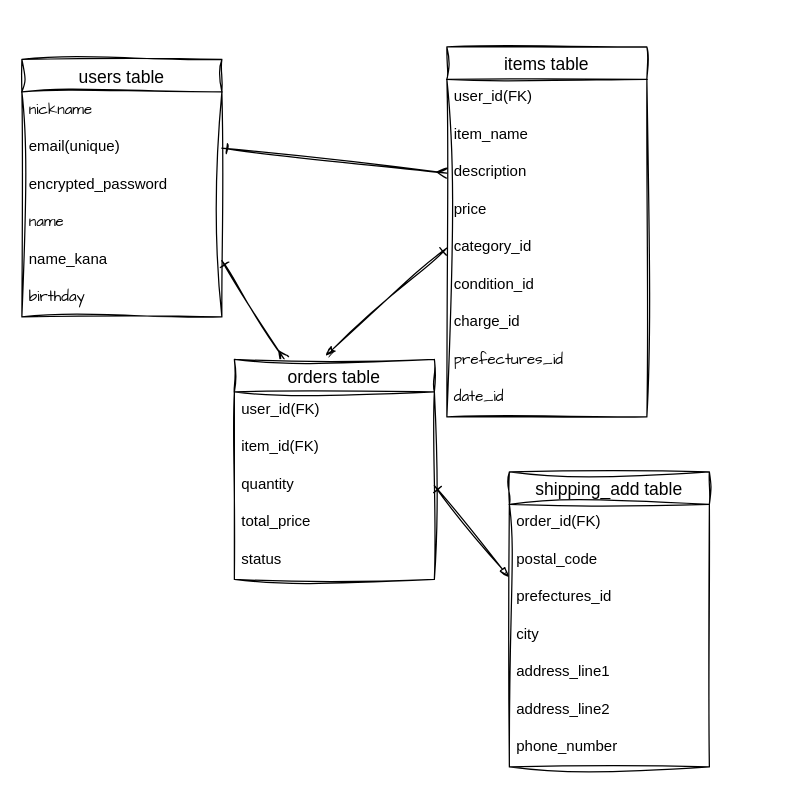
Before: databaseER.dio in daichi1997/furima-41353, a draw.io diagram. Source tidied: cells renumbered, new cells numbered last; positions are measured from the earlier drawing's top-left corner, leaving out a move shared by most shapes. Both pictures are drawn from the tidied source at 125%, with x=0, y=0 at pixel (21, 46).
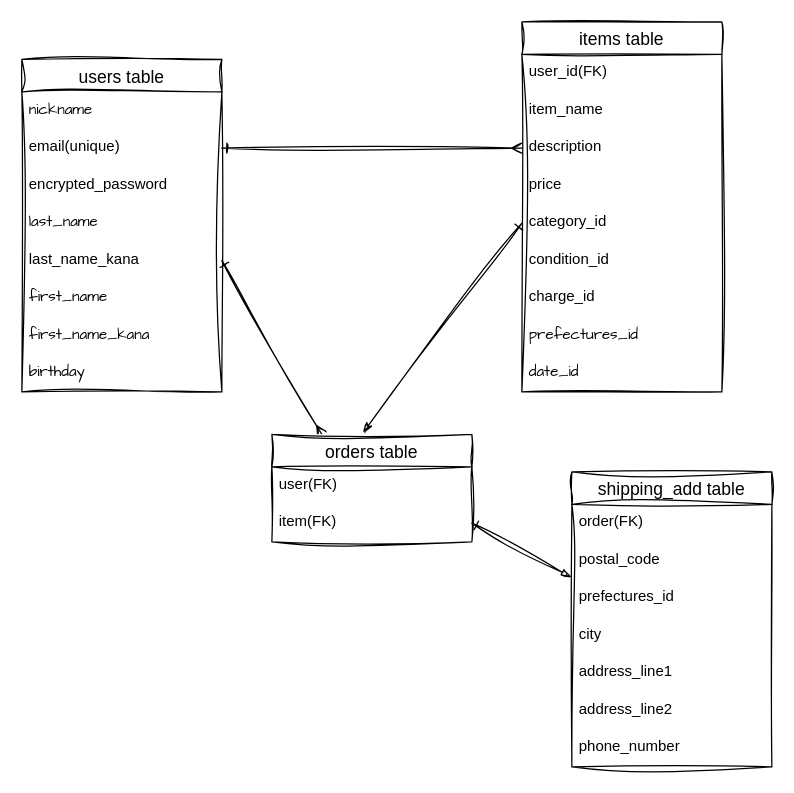
The same diagram, later.

Unchanged cells that the change refers to:
```xml
<mxCell id="5" value="prefectures_id" style="text;strokeColor=none;fillColor=none;spacingLeft=4;spacingRight=4;overflow=hidden;points=[[0,0.5],[1,0.5]];portConstraint=eastwest;fontSize=12;sketch=1;curveFitting=1;jiggle=2;" parent="2" vertex="1">
  <mxGeometry y="86" width="160" height="30" as="geometry" />
</mxCell>
```

The edit, as a diff of the source:
```diff
@@
     <mxCell id="2" value="shipping_add table" style="swimlane;fontStyle=0;horizontal=1;startSize=26;align=center;fontSize=14;sketch=1;curveFitting=1;jiggle=2;" parent="1" vertex="1">
-      <mxGeometry x="390" y="340" width="160" height="236" as="geometry" />
+      <mxGeometry x="440" y="340" width="160" height="236" as="geometry" />
     </mxCell>
-    <mxCell id="3" value="order_id(FK)" style="text;strokeColor=none;fillColor=none;spacingLeft=4;spacingRight=4;overflow=hidden;fontSize=12;sketch=1;curveFitting=1;jiggle=2;" parent="2" vertex="1">
+    <mxCell id="3" value="order(FK)" style="text;strokeColor=none;fillColor=none;spacingLeft=4;spacingRight=4;overflow=hidden;fontSize=12;sketch=1;curveFitting=1;jiggle=2;" parent="2" vertex="1">
       <mxGeometry y="26" width="160" height="30" as="geometry" />
     </mxCell>
@@
     <mxCell id="10" value="items table" style="swimlane;fontStyle=0;horizontal=1;startSize=26;align=center;fontSize=14;sketch=1;curveFitting=1;jiggle=2;" parent="1" vertex="1">
-      <mxGeometry x="340" width="160" height="296" as="geometry" />
+      <mxGeometry x="400" y="-20" width="160" height="296" as="geometry" />
     </mxCell>
@@
     <mxCell id="20" value="users table" style="swimlane;fontStyle=0;horizontal=1;startSize=26;align=center;fontSize=14;sketch=1;curveFitting=1;jiggle=2;" parent="1" vertex="1">
-      <mxGeometry y="10" width="160" height="206" as="geometry" />
+      <mxGeometry y="10" width="160" height="266" as="geometry" />
     </mxCell>
@@
-    <mxCell id="24" value="name" style="text;strokeColor=none;fillColor=none;spacingLeft=4;spacingRight=4;overflow=hidden;fontSize=12;sketch=1;hachureGap=4;jiggle=2;curveFitting=1;fontFamily=Architects Daughter;" parent="20" vertex="1">
+    <mxCell id="24" value="last_name" style="text;strokeColor=none;fillColor=none;spacingLeft=4;spacingRight=4;overflow=hidden;fontSize=12;sketch=1;hachureGap=4;jiggle=2;curveFitting=1;fontFamily=Architects Daughter;" parent="20" vertex="1">
       <mxGeometry y="116" width="160" height="30" as="geometry" />
     </mxCell>
-    <mxCell id="25" value="name_kana" style="text;strokeColor=none;fillColor=none;spacingLeft=4;spacingRight=4;overflow=hidden;points=[[0,0.5],[1,0.5]];portConstraint=eastwest;fontSize=12;sketch=1;curveFitting=1;jiggle=2;" parent="20" vertex="1">
+    <mxCell id="25" value="last_name_kana" style="text;strokeColor=none;fillColor=none;spacingLeft=4;spacingRight=4;overflow=hidden;points=[[0,0.5],[1,0.5]];portConstraint=eastwest;fontSize=12;sketch=1;curveFitting=1;jiggle=2;" parent="20" vertex="1">
       <mxGeometry y="146" width="160" height="30" as="geometry" />
     </mxCell>
+    <mxCell id="37" value="first_name" style="text;strokeColor=none;fillColor=none;spacingLeft=4;spacingRight=4;overflow=hidden;fontSize=12;sketch=1;hachureGap=4;jiggle=2;curveFitting=1;fontFamily=Architects Daughter;" parent="20" vertex="1">
+      <mxGeometry y="176" width="160" height="30" as="geometry" />
+    </mxCell>
+    <mxCell id="38" value="first_name_kana" style="text;strokeColor=none;fillColor=none;spacingLeft=4;spacingRight=4;overflow=hidden;fontSize=12;sketch=1;hachureGap=4;jiggle=2;curveFitting=1;fontFamily=Architects Daughter;" parent="20" vertex="1">
+      <mxGeometry y="206" width="160" height="30" as="geometry" />
+    </mxCell>
     <mxCell id="26" value="birthday" style="text;strokeColor=none;fillColor=none;spacingLeft=4;spacingRight=4;overflow=hidden;fontSize=12;sketch=1;hachureGap=4;jiggle=2;curveFitting=1;fontFamily=Architects Daughter;" parent="20" vertex="1">
-      <mxGeometry y="176" width="160" height="30" as="geometry" />
+      <mxGeometry y="236" width="160" height="30" as="geometry" />
     </mxCell>
@@
     <mxCell id="29" value="orders table" style="swimlane;fontStyle=0;horizontal=1;startSize=26;align=center;fontSize=14;sketch=1;curveFitting=1;jiggle=2;" parent="1" vertex="1">
-      <mxGeometry x="170" y="250" width="160" height="176" as="geometry" />
+      <mxGeometry x="200" y="310" width="160" height="86" as="geometry" />
     </mxCell>
-    <mxCell id="30" value="user_id(FK)" style="text;strokeColor=none;fillColor=none;spacingLeft=4;spacingRight=4;overflow=hidden;fontSize=12;sketch=1;curveFitting=1;jiggle=2;" parent="29" vertex="1">
+    <mxCell id="30" value="user(FK)" style="text;strokeColor=none;fillColor=none;spacingLeft=4;spacingRight=4;overflow=hidden;fontSize=12;sketch=1;curveFitting=1;jiggle=2;" parent="29" vertex="1">
       <mxGeometry y="26" width="160" height="30" as="geometry" />
     </mxCell>
-    <mxCell id="31" value="item_id(FK)" style="text;strokeColor=none;fillColor=none;spacingLeft=4;spacingRight=4;overflow=hidden;points=[[0,0.5],[1,0.5]];portConstraint=eastwest;fontSize=12;sketch=1;curveFitting=1;jiggle=2;" parent="29" vertex="1">
+    <mxCell id="31" value="item(FK)" style="text;strokeColor=none;fillColor=none;spacingLeft=4;spacingRight=4;overflow=hidden;points=[[0,0.5],[1,0.5]];portConstraint=eastwest;fontSize=12;sketch=1;curveFitting=1;jiggle=2;" parent="29" vertex="1">
       <mxGeometry y="56" width="160" height="30" as="geometry" />
     </mxCell>
-    <mxCell id="32" value="quantity" style="text;strokeColor=none;fillColor=none;spacingLeft=4;spacingRight=4;overflow=hidden;points=[[0,0.5],[1,0.5]];portConstraint=eastwest;fontSize=12;sketch=1;curveFitting=1;jiggle=2;" parent="29" vertex="1">
-      <mxGeometry y="86" width="160" height="30" as="geometry" />
-    </mxCell>
-    <mxCell id="33" value="total_price" style="text;strokeColor=none;fillColor=none;spacingLeft=4;spacingRight=4;overflow=hidden;fontSize=12;sketch=1;curveFitting=1;jiggle=2;" parent="29" vertex="1">
-      <mxGeometry y="116" width="160" height="30" as="geometry" />
-    </mxCell>
-    <mxCell id="34" value="status" style="text;strokeColor=none;fillColor=none;spacingLeft=4;spacingRight=4;overflow=hidden;fontSize=12;sketch=1;curveFitting=1;jiggle=2;" parent="29" vertex="1">
-      <mxGeometry y="146" width="160" height="30" as="geometry" />
-    </mxCell>
@@
-    <mxCell id="36" style="edgeStyle=none;sketch=1;hachureGap=4;jiggle=2;curveFitting=1;html=1;exitX=1;exitY=0.5;exitDx=0;exitDy=0;entryX=-0.002;entryY=-0.056;entryDx=0;entryDy=0;entryPerimeter=0;fontFamily=Architects Daughter;fontSize=16;startArrow=ERone;startFill=0;endArrow=blockThin;endFill=1;startSize=6;" parent="1" edge="1" source="32" target="5">
+    <mxCell id="36" style="edgeStyle=none;sketch=1;hachureGap=4;jiggle=2;curveFitting=1;html=1;exitX=1;exitY=0.5;exitDx=0;exitDy=0;entryX=-0.002;entryY=-0.056;entryDx=0;entryDy=0;entryPerimeter=0;fontFamily=Architects Daughter;fontSize=16;startArrow=ERone;startFill=0;endArrow=blockThin;endFill=1;startSize=6;" parent="1" edge="1" source="31" target="5">
       <mxGeometry relative="1" as="geometry" />
     </mxCell>
```
